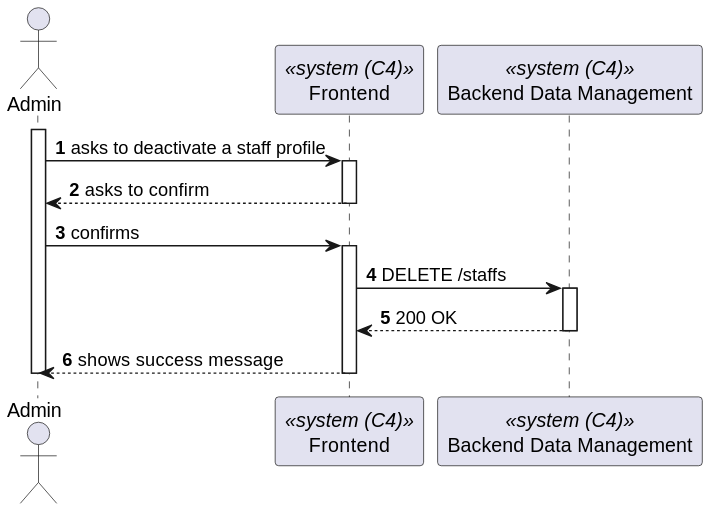
Earlier version of the PlantUML export docs/sprint-b/us-6.2.12/views/level2/process-view.svg (1220846/sem5pi-24-25-3ddg20). The source it was exported from:
```plantuml
@startuml
autonumber

actor "Admin" as Admin
participant Frontend as "Frontend" <<system (C4)>>
participant BackendDataManagement as "Backend Data Management" <<system (C4)>>

activate Admin
    Admin -> Frontend : asks to deactivate a staff profile
    activate Frontend
        Frontend --> Admin : asks to confirm
    deactivate Frontend
    Admin -> Frontend : confirms
    activate Frontend
        Frontend-> BackendDataManagement : DELETE /staffs
        activate BackendDataManagement
            Frontend <-- BackendDataManagement : 200 OK
        deactivate BackendDataManagement
    Frontend --> Admin : shows success message
    deactivate Frontend
deactivate Admin
@enduml
```
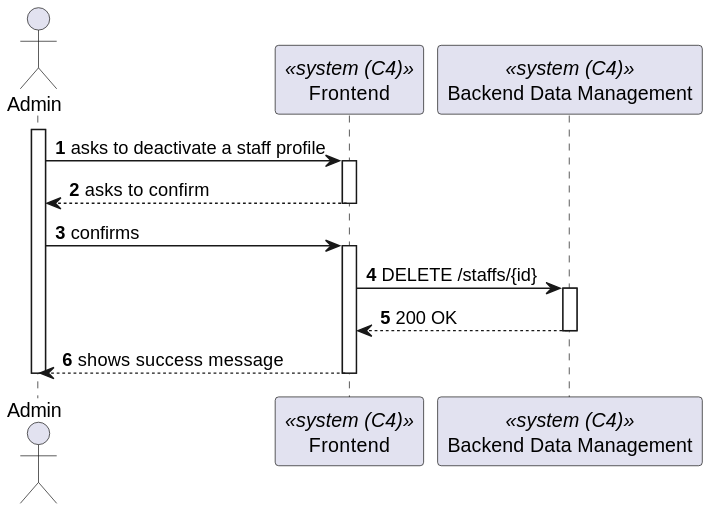
After the change.

What changed in the source:
```diff
@@ -12,7 +12,7 @@
     deactivate Frontend
     Admin -> Frontend : confirms
     activate Frontend
-        Frontend-> BackendDataManagement : DELETE /staffs
+        Frontend-> BackendDataManagement : DELETE /staffs/{id}
         activate BackendDataManagement
             Frontend <-- BackendDataManagement : 200 OK
         deactivate BackendDataManagement
```
